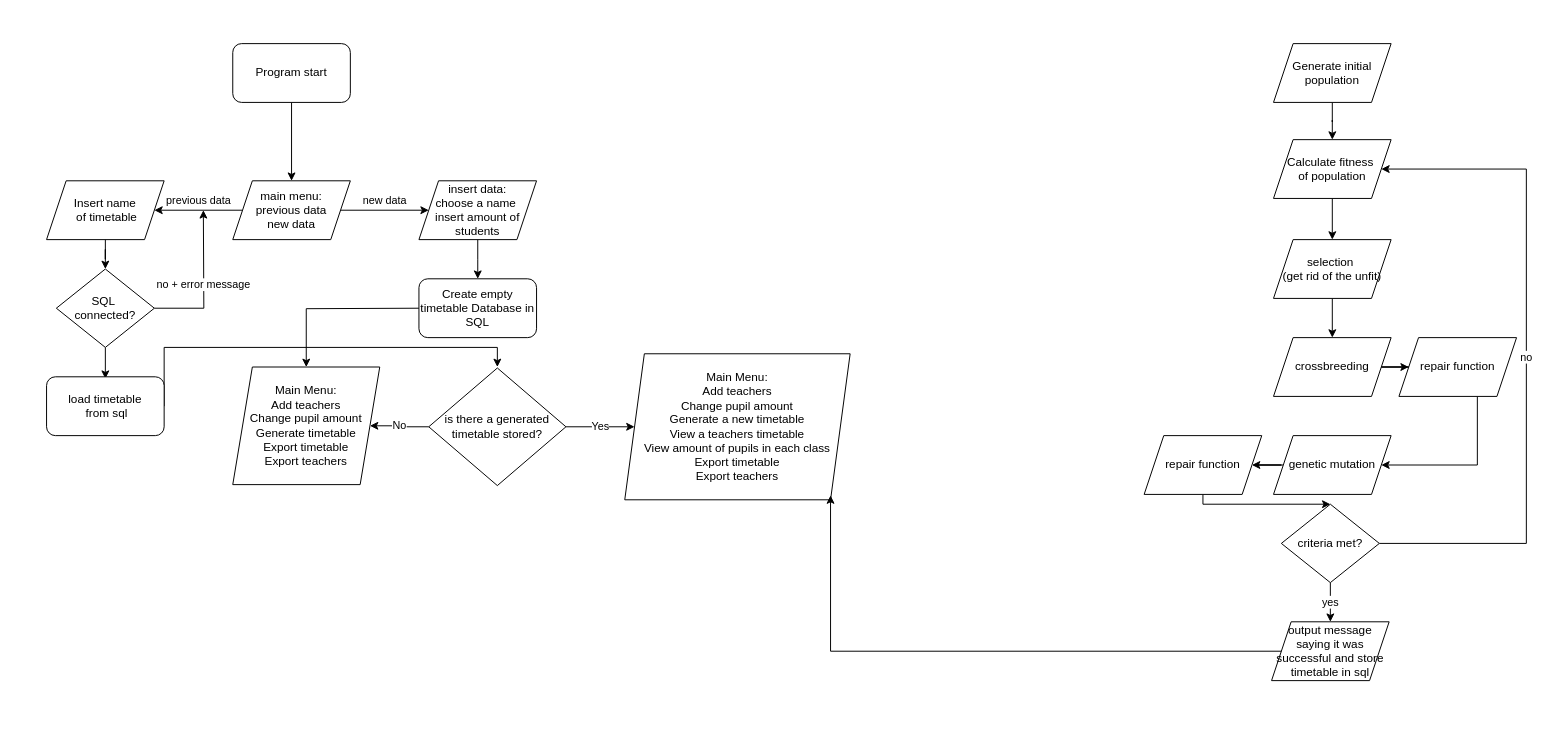
Earlier version of the draw.io diagram NEA.drawio (Fsmart2164/NEA-v1). Source tidied: cells renumbered, new cells numbered last; positions are measured from the earlier drawing's top-left corner, leaving out a move shared by most shapes. Both pictures are drawn from the tidied source at 98%, with x=0, y=0 at pixel (46, 43).
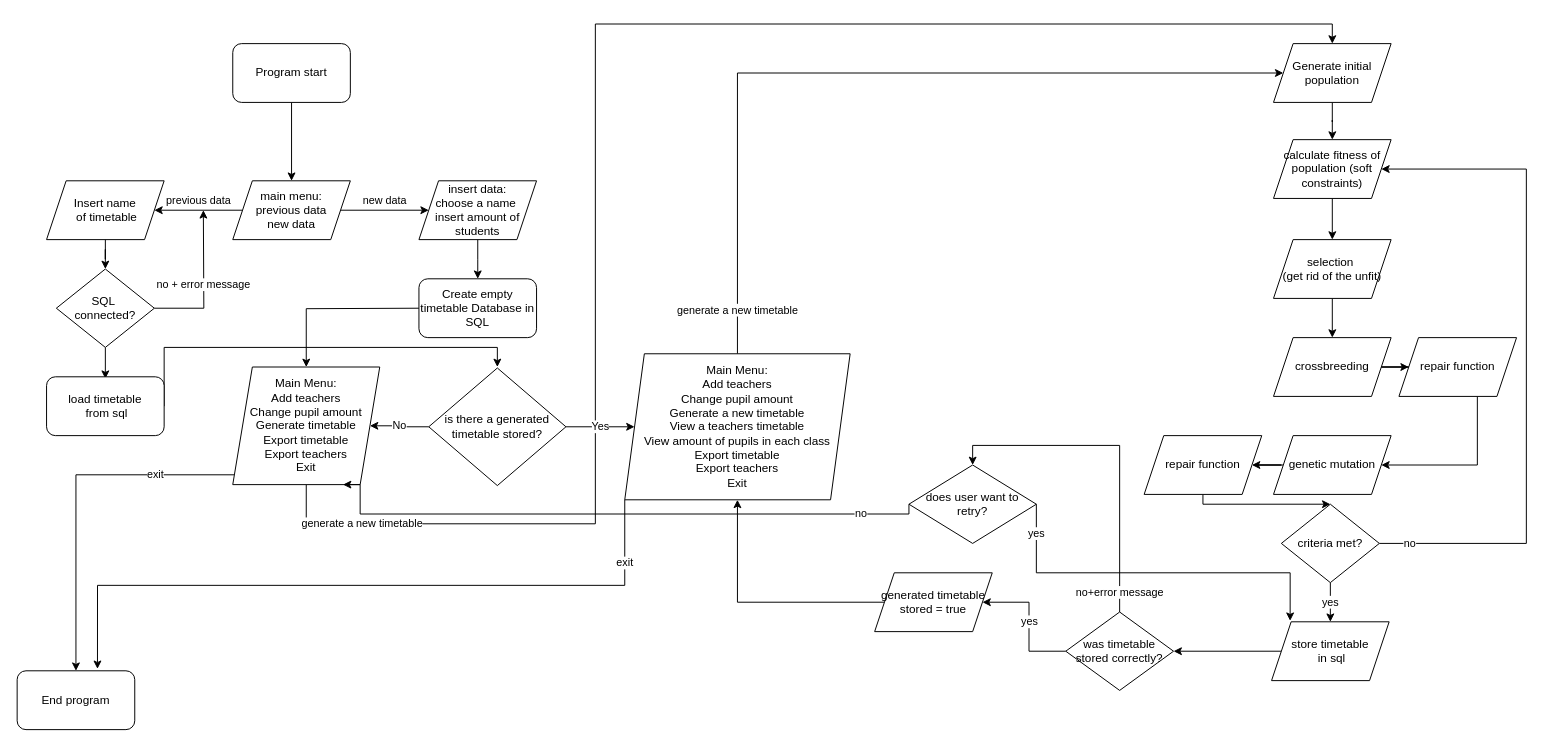
The same page after the edit.

Unchanged cells that the change refers to:
```xml
<mxCell id="24" value="Generate initial population" style="shape=parallelogram;perimeter=parallelogramPerimeter;whiteSpace=wrap;html=1;fixedSize=1;" parent="1" vertex="1">
  <mxGeometry x="1252" width="120" height="60" as="geometry" />
</mxCell>
<mxCell id="39" value="criteria met?" style="rhombus;whiteSpace=wrap;html=1;" parent="1" vertex="1">
  <mxGeometry x="1260" y="470" width="100" height="80" as="geometry" />
</mxCell>
```

What changed in the source:
```diff
@@
+    <mxCell id="42" value="generate a new timetable" style="edgeStyle=orthogonalEdgeStyle;rounded=0;jettySize=auto;html=1;entryX=0.5;entryY=0;entryDx=0;entryDy=0;" parent="1" edge="1" source="16" target="24">
+      <mxGeometry x="-0.88" relative="1" as="geometry">
+        <Array as="points">
+          <mxPoint x="265" y="490" />
+          <mxPoint x="560" y="490" />
+          <mxPoint x="560" y="-20" />
+          <mxPoint x="1312" y="-20" />
+        </Array>
+      </mxGeometry>
+    </mxCell>
+    <mxCell id="43" value="exit" style="edgeStyle=orthogonalEdgeStyle;rounded=0;jettySize=auto;html=1;entryX=0.5;entryY=0;entryDx=0;entryDy=0;" parent="1" edge="1" source="16" target="54">
+      <mxGeometry x="-0.55" relative="1" as="geometry">
+        <Array as="points">
+          <mxPoint x="30" y="440" />
+        </Array>
+      </mxGeometry>
+    </mxCell>
-    <mxCell id="16" value="Main Menu:&lt;div&gt;Add teachers&lt;/div&gt;&lt;div&gt;&lt;span style=&quot;background-color: transparent; color: light-dark(rgb(0, 0, 0), rgb(255, 255, 255));&quot;&gt;Change pupil amount&lt;/span&gt;&lt;/div&gt;&lt;div&gt;&lt;div&gt;Generate timetable&lt;/div&gt;&lt;/div&gt;&lt;div&gt;Export timetable&lt;/div&gt;&lt;div&gt;Export teachers&lt;/div&gt;" style="shape=parallelogram;perimeter=parallelogramPerimeter;whiteSpace=wrap;html=1;fixedSize=1;" parent="1" vertex="1">
+    <mxCell id="16" value="Main Menu:&lt;div&gt;Add teachers&lt;/div&gt;&lt;div&gt;&lt;span style=&quot;background-color: transparent; color: light-dark(rgb(0, 0, 0), rgb(255, 255, 255));&quot;&gt;Change pupil amount&lt;/span&gt;&lt;/div&gt;&lt;div&gt;&lt;div&gt;Generate timetable&lt;/div&gt;&lt;/div&gt;&lt;div&gt;Export timetable&lt;/div&gt;&lt;div&gt;Export teachers&lt;/div&gt;&lt;div&gt;Exit&lt;/div&gt;" style="shape=parallelogram;perimeter=parallelogramPerimeter;whiteSpace=wrap;html=1;fixedSize=1;" parent="1" vertex="1">
       <mxGeometry x="190" y="330" width="150" height="120" as="geometry" />
     </mxCell>
@@
+    <mxCell id="44" value="generate a new timetable" style="edgeStyle=orthogonalEdgeStyle;rounded=0;jettySize=auto;html=1;entryX=0;entryY=0.5;entryDx=0;entryDy=0;" parent="1" edge="1" source="20" target="24">
+      <mxGeometry x="-0.89" relative="1" as="geometry">
+        <Array as="points">
+          <mxPoint x="705" y="30" />
+        </Array>
+        <mxPoint y="1" as="offset" />
+      </mxGeometry>
+    </mxCell>
-    <mxCell id="20" value="Main Menu:&lt;div&gt;Add teachers&lt;/div&gt;&lt;div&gt;Change pupil amount&lt;/div&gt;&lt;div&gt;Generate a new timetable&lt;/div&gt;&lt;div&gt;View a teachers timetable&lt;/div&gt;&lt;div&gt;View amount of pupils in each class&lt;/div&gt;&lt;div&gt;&lt;div&gt;Export timetable&lt;/div&gt;&lt;div&gt;Export teachers&lt;/div&gt;&lt;/div&gt;" style="shape=parallelogram;perimeter=parallelogramPerimeter;whiteSpace=wrap;html=1;fixedSize=1;" parent="1" vertex="1">
+    <mxCell id="20" value="Main Menu:&lt;div&gt;Add teachers&lt;/div&gt;&lt;div&gt;Change pupil amount&lt;/div&gt;&lt;div&gt;Generate a new timetable&lt;/div&gt;&lt;div&gt;View a teachers timetable&lt;/div&gt;&lt;div&gt;View amount of pupils in each class&lt;/div&gt;&lt;div&gt;&lt;div&gt;Export timetable&lt;/div&gt;&lt;div&gt;Export teachers&lt;/div&gt;&lt;/div&gt;&lt;div&gt;Exit&lt;/div&gt;" style="shape=parallelogram;perimeter=parallelogramPerimeter;whiteSpace=wrap;html=1;fixedSize=1;" parent="1" vertex="1">
       <mxGeometry x="590" y="316.5" width="230" height="149" as="geometry" />
     </mxCell>
@@
-    <mxCell id="26" value="Calculate fitness&amp;nbsp;&lt;div&gt;of population&lt;/div&gt;" style="shape=parallelogram;perimeter=parallelogramPerimeter;whiteSpace=wrap;html=1;fixedSize=1;" parent="1" vertex="1">
+    <mxCell id="26" value="calculate fitness of population (soft constraints)" style="shape=parallelogram;perimeter=parallelogramPerimeter;whiteSpace=wrap;html=1;fixedSize=1;" parent="1" vertex="1">
       <mxGeometry x="1252" y="98" width="120" height="60" as="geometry" />
     </mxCell>
@@
     <mxCell id="37" value="no" style="edgeStyle=orthogonalEdgeStyle;rounded=0;jettySize=auto;html=1;entryX=1;entryY=0.5;entryDx=0;entryDy=0;" parent="1" edge="1" source="39" target="26">
-      <mxGeometry relative="1" as="geometry">
+      <mxGeometry x="-0.91" relative="1" as="geometry">
         <Array as="points">
           <mxPoint x="1510" y="510" />
           <mxPoint x="1510" y="128" />
         </Array>
       </mxGeometry>
     </mxCell>
@@
+    <mxCell id="45" style="edgeStyle=orthogonalEdgeStyle;rounded=0;jettySize=auto;html=1;" parent="1" edge="1" source="40" target="48">
+      <mxGeometry relative="1" as="geometry" />
+    </mxCell>
-    <mxCell id="40" value="output message saying it was successful and store timetable in sql" style="shape=parallelogram;perimeter=parallelogramPerimeter;whiteSpace=wrap;html=1;fixedSize=1;" parent="1" vertex="1">
+    <mxCell id="40" value="store timetable&lt;div&gt;&amp;nbsp;in sql&lt;/div&gt;" style="shape=parallelogram;perimeter=parallelogramPerimeter;whiteSpace=wrap;html=1;fixedSize=1;" parent="1" vertex="1">
       <mxGeometry x="1250" y="590" width="120" height="60" as="geometry" />
     </mxCell>
-    <mxCell id="41" style="edgeStyle=orthogonalEdgeStyle;rounded=0;jettySize=auto;html=1;entryX=0.913;entryY=0.97;entryDx=0;entryDy=0;entryPerimeter=0;" parent="1" edge="1" source="40" target="20">
-      <mxGeometry relative="1" as="geometry" />
-    </mxCell>
+    <mxCell id="46" value="yes" style="edgeStyle=orthogonalEdgeStyle;rounded=0;jettySize=auto;html=1;" parent="1" edge="1" source="48" target="50">
+      <mxGeometry relative="1" as="geometry" />
+    </mxCell>
+    <mxCell id="47" value="no+error message" style="edgeStyle=orthogonalEdgeStyle;rounded=0;jettySize=auto;html=1;entryX=0.5;entryY=0;entryDx=0;entryDy=0;" parent="1" edge="1" source="48" target="51">
+      <mxGeometry x="-0.88" relative="1" as="geometry">
+        <Array as="points">
+          <mxPoint x="1095" y="410" />
+          <mxPoint x="945" y="410" />
+        </Array>
+      </mxGeometry>
+    </mxCell>
+    <mxCell id="48" value="was timetable stored correctly?" style="rhombus;whiteSpace=wrap;html=1;" parent="1" vertex="1">
+      <mxGeometry x="1040" y="580" width="110" height="80" as="geometry" />
+    </mxCell>
+    <mxCell id="49" style="edgeStyle=orthogonalEdgeStyle;rounded=0;jettySize=auto;html=1;entryX=0.5;entryY=1;entryDx=0;entryDy=0;" parent="1" edge="1" source="50" target="20">
+      <mxGeometry relative="1" as="geometry" />
+    </mxCell>
+    <mxCell id="50" value="generated timetable stored = true" style="shape=parallelogram;perimeter=parallelogramPerimeter;whiteSpace=wrap;html=1;fixedSize=1;" parent="1" vertex="1">
+      <mxGeometry x="845" y="540" width="120" height="60" as="geometry" />
+    </mxCell>
+    <mxCell id="51" value="does user want to retry?" style="rhombus;whiteSpace=wrap;html=1;" parent="1" vertex="1">
+      <mxGeometry x="880" y="430" width="130" height="80" as="geometry" />
+    </mxCell>
+    <mxCell id="52" value="yes" style="edgeStyle=orthogonalEdgeStyle;rounded=0;jettySize=auto;html=1;entryX=0.158;entryY=-0.017;entryDx=0;entryDy=0;entryPerimeter=0;" parent="1" edge="1" source="51" target="40">
+      <mxGeometry x="-0.84" relative="1" as="geometry">
+        <Array as="points">
+          <mxPoint x="1010" y="540" />
+          <mxPoint x="1269" y="540" />
+        </Array>
+      </mxGeometry>
+    </mxCell>
+    <mxCell id="53" value="no" style="edgeStyle=orthogonalEdgeStyle;rounded=0;jettySize=auto;html=1;entryX=0.75;entryY=1;entryDx=0;entryDy=0;" parent="1" edge="1" target="16">
+      <mxGeometry x="-0.81" relative="1" as="geometry">
+        <mxPoint x="880" y="470" as="sourcePoint" />
+        <Array as="points">
+          <mxPoint x="880" y="480" />
+          <mxPoint x="320" y="480" />
+          <mxPoint x="320" y="450" />
+        </Array>
+      </mxGeometry>
+    </mxCell>
+    <mxCell id="54" value="End program" style="rounded=1;whiteSpace=wrap;html=1;" parent="1" vertex="1">
+      <mxGeometry x="-30" y="640" width="120" height="60" as="geometry" />
+    </mxCell>
+    <mxCell id="55" value="exit" style="edgeStyle=orthogonalEdgeStyle;rounded=0;jettySize=auto;html=1;entryX=0.683;entryY=-0.033;entryDx=0;entryDy=0;entryPerimeter=0;exitX=0;exitY=1;exitDx=0;exitDy=0;" parent="1" edge="1" source="20" target="54">
+      <mxGeometry x="-0.82" relative="1" as="geometry" />
+    </mxCell>
```
